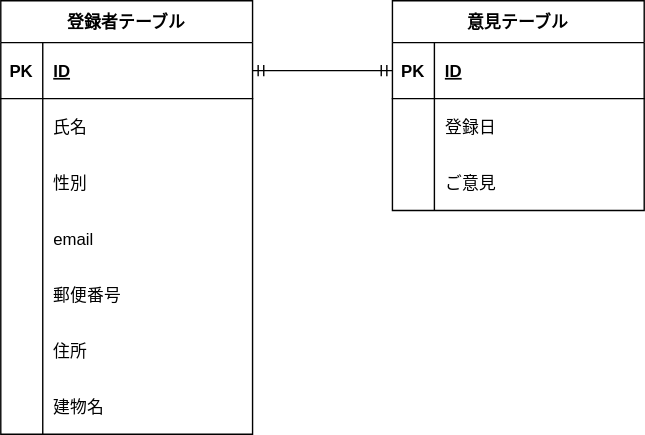
Earlier version of the draw.io export ER.drawio.svg (hirokam/advance_test_20231124). Source tidied: cells renumbered, new cells last; positions are measured from the earlier drawing's top-left corner, leaving out a move shared by most shapes. Its diagram source:
```xml
<mxGraphModel>
  <root>
    <mxCell id="0" />
    <mxCell id="1" parent="0" />
    <mxCell id="2" value="登録者テーブル" style="shape=table;startSize=30;rowLines=0;fontStyle=1;align=center;" parent="1" vertex="1">
      <mxGeometry width="180" height="310" as="geometry" />
    </mxCell>
    <mxCell id="3" style="shape=tableRow;horizontal=0;startSize=0;swimlaneHead=0;swimlaneBody=0;fillColor=none;points=[[0,0.5],[1,0.5]];portConstraint=eastwest;top=0;left=0;right=0;bottom=1;" parent="2" vertex="1">
      <mxGeometry y="30" width="180" height="40" as="geometry" />
    </mxCell>
    <mxCell id="4" value="PK" style="shape=partialRectangle;fillColor=none;top=0;left=0;bottom=0;right=0;fontStyle=1;overflow=hidden;" parent="3" vertex="1">
      <mxGeometry width="30" height="40" as="geometry" />
    </mxCell>
    <mxCell id="5" value="ID" style="shape=partialRectangle;fillColor=none;top=0;left=0;bottom=0;right=0;align=left;spacingLeft=6;fontStyle=5;overflow=hidden;" parent="3" vertex="1">
      <mxGeometry x="30" width="150" height="40" as="geometry" />
    </mxCell>
    <mxCell id="6" style="shape=tableRow;horizontal=0;startSize=0;swimlaneHead=0;swimlaneBody=0;fillColor=none;top=0;left=0;right=0;bottom=0;" parent="2" vertex="1">
      <mxGeometry y="70" width="180" height="40" as="geometry" />
    </mxCell>
    <mxCell id="7" style="shape=partialRectangle;fillColor=none;top=0;left=0;bottom=0;right=0;overflow=hidden;" parent="6" vertex="1">
      <mxGeometry width="30" height="40" as="geometry" />
    </mxCell>
    <mxCell id="8" value="氏名" style="shape=partialRectangle;fillColor=none;top=0;left=0;bottom=0;right=0;align=left;spacingLeft=6;overflow=hidden;" parent="6" vertex="1">
      <mxGeometry x="30" width="150" height="40" as="geometry" />
    </mxCell>
    <mxCell id="9" style="shape=tableRow;horizontal=0;startSize=0;swimlaneHead=0;swimlaneBody=0;fillColor=none;top=0;left=0;right=0;bottom=0;" parent="2" vertex="1">
      <mxGeometry y="110" width="180" height="40" as="geometry" />
    </mxCell>
    <mxCell id="10" style="shape=partialRectangle;fillColor=none;top=0;left=0;bottom=0;right=0;overflow=hidden;" parent="9" vertex="1">
      <mxGeometry width="30" height="40" as="geometry" />
    </mxCell>
    <mxCell id="11" value="性別" style="shape=partialRectangle;fillColor=none;top=0;left=0;bottom=0;right=0;align=left;spacingLeft=6;overflow=hidden;" parent="9" vertex="1">
      <mxGeometry x="30" width="150" height="40" as="geometry" />
    </mxCell>
    <mxCell id="12" style="shape=tableRow;horizontal=0;startSize=0;swimlaneHead=0;swimlaneBody=0;fillColor=none;top=0;left=0;right=0;bottom=0;" parent="2" vertex="1">
      <mxGeometry y="150" width="180" height="40" as="geometry" />
    </mxCell>
    <mxCell id="13" style="shape=partialRectangle;fillColor=none;top=0;left=0;bottom=0;right=0;overflow=hidden;" parent="12" vertex="1">
      <mxGeometry width="30" height="40" as="geometry" />
    </mxCell>
    <mxCell id="14" value="email" style="shape=partialRectangle;fillColor=none;top=0;left=0;bottom=0;right=0;align=left;spacingLeft=6;overflow=hidden;" parent="12" vertex="1">
      <mxGeometry x="30" width="150" height="40" as="geometry" />
    </mxCell>
    <mxCell id="15" style="shape=tableRow;horizontal=0;startSize=0;swimlaneHead=0;swimlaneBody=0;fillColor=none;top=0;left=0;right=0;bottom=0;" parent="2" vertex="1">
      <mxGeometry y="190" width="180" height="40" as="geometry" />
    </mxCell>
    <mxCell id="16" style="shape=partialRectangle;fillColor=none;top=0;left=0;bottom=0;right=0;overflow=hidden;" parent="15" vertex="1">
      <mxGeometry width="30" height="40" as="geometry" />
    </mxCell>
    <mxCell id="17" value="郵便番号" style="shape=partialRectangle;fillColor=none;top=0;left=0;bottom=0;right=0;align=left;spacingLeft=6;overflow=hidden;" parent="15" vertex="1">
      <mxGeometry x="30" width="150" height="40" as="geometry" />
    </mxCell>
    <mxCell id="18" style="shape=tableRow;horizontal=0;startSize=0;swimlaneHead=0;swimlaneBody=0;fillColor=none;top=0;left=0;right=0;bottom=0;" parent="2" vertex="1">
      <mxGeometry y="230" width="180" height="40" as="geometry" />
    </mxCell>
    <mxCell id="19" style="shape=partialRectangle;fillColor=none;top=0;left=0;bottom=0;right=0;overflow=hidden;" parent="18" vertex="1">
      <mxGeometry width="30" height="40" as="geometry" />
    </mxCell>
    <mxCell id="20" value="住所" style="shape=partialRectangle;fillColor=none;top=0;left=0;bottom=0;right=0;align=left;spacingLeft=6;overflow=hidden;" parent="18" vertex="1">
      <mxGeometry x="30" width="150" height="40" as="geometry" />
    </mxCell>
    <mxCell id="21" style="shape=tableRow;horizontal=0;startSize=0;swimlaneHead=0;swimlaneBody=0;fillColor=none;top=0;left=0;right=0;bottom=0;" parent="2" vertex="1">
      <mxGeometry y="270" width="180" height="40" as="geometry" />
    </mxCell>
    <mxCell id="22" style="shape=partialRectangle;fillColor=none;top=0;left=0;bottom=0;right=0;overflow=hidden;" parent="21" vertex="1">
      <mxGeometry width="30" height="40" as="geometry" />
    </mxCell>
    <mxCell id="23" value="建物名" style="shape=partialRectangle;fillColor=none;top=0;left=0;bottom=0;right=0;align=left;spacingLeft=6;overflow=hidden;" parent="21" vertex="1">
      <mxGeometry x="30" width="150" height="40" as="geometry" />
    </mxCell>
    <mxCell id="24" value="意見テーブル" style="shape=table;startSize=30;rowLines=0;fontStyle=1;align=center;" parent="1" vertex="1">
      <mxGeometry x="280" width="180" height="150" as="geometry" />
    </mxCell>
    <mxCell id="25" style="shape=tableRow;horizontal=0;startSize=0;swimlaneHead=0;swimlaneBody=0;fillColor=none;points=[[0,0.5],[1,0.5]];portConstraint=eastwest;top=0;left=0;right=0;bottom=1;" parent="24" vertex="1">
      <mxGeometry y="30" width="180" height="40" as="geometry" />
    </mxCell>
    <mxCell id="26" value="PK" style="shape=partialRectangle;fillColor=none;top=0;left=0;bottom=0;right=0;fontStyle=1;overflow=hidden;" parent="25" vertex="1">
      <mxGeometry width="30" height="40" as="geometry" />
    </mxCell>
    <mxCell id="27" value="ID" style="shape=partialRectangle;fillColor=none;top=0;left=0;bottom=0;right=0;align=left;spacingLeft=6;fontStyle=5;overflow=hidden;" parent="25" vertex="1">
      <mxGeometry x="30" width="150" height="40" as="geometry" />
    </mxCell>
    <mxCell id="28" style="shape=tableRow;horizontal=0;startSize=0;swimlaneHead=0;swimlaneBody=0;fillColor=none;top=0;left=0;right=0;bottom=0;" parent="24" vertex="1">
      <mxGeometry y="70" width="180" height="40" as="geometry" />
    </mxCell>
    <mxCell id="29" style="shape=partialRectangle;fillColor=none;top=0;left=0;bottom=0;right=0;overflow=hidden;" parent="28" vertex="1">
      <mxGeometry width="30" height="40" as="geometry" />
    </mxCell>
    <mxCell id="30" value="登録日" style="shape=partialRectangle;fillColor=none;top=0;left=0;bottom=0;right=0;align=left;spacingLeft=6;overflow=hidden;" parent="28" vertex="1">
      <mxGeometry x="30" width="150" height="40" as="geometry" />
    </mxCell>
    <mxCell id="31" style="shape=tableRow;horizontal=0;startSize=0;swimlaneHead=0;swimlaneBody=0;fillColor=none;top=0;left=0;right=0;bottom=0;" parent="24" vertex="1">
      <mxGeometry y="110" width="180" height="40" as="geometry" />
    </mxCell>
    <mxCell id="32" style="shape=partialRectangle;fillColor=none;top=0;left=0;bottom=0;right=0;overflow=hidden;" parent="31" vertex="1">
      <mxGeometry width="30" height="40" as="geometry" />
    </mxCell>
    <mxCell id="33" value="ご意見" style="shape=partialRectangle;fillColor=none;top=0;left=0;bottom=0;right=0;align=left;spacingLeft=6;overflow=hidden;" parent="31" vertex="1">
      <mxGeometry x="30" width="150" height="40" as="geometry" />
    </mxCell>
    <mxCell id="34" style="fontSize=12;html=1;endArrow=ERmandOne;startArrow=ERmandOne;exitX=1;exitY=0.5;exitDx=0;exitDy=0;rounded=1;entryX=0;entryY=0.5;entryDx=0;entryDy=0;" parent="1" edge="1" source="3" target="25">
      <mxGeometry relative="1" as="geometry" />
    </mxCell>
  </root>
</mxGraphModel>
```
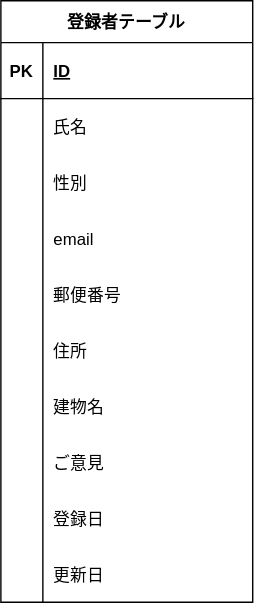
The same file after the commit.

The edit, as a diff of the source:
```diff
@@ -3,7 +3,7 @@
     <mxCell id="0" />
     <mxCell id="1" parent="0" />
     <mxCell id="2" value="登録者テーブル" style="shape=table;startSize=30;rowLines=0;fontStyle=1;align=center;" parent="1" vertex="1">
-      <mxGeometry width="180" height="310" as="geometry" />
+      <mxGeometry width="180" height="430" as="geometry" />
     </mxCell>
     <mxCell id="3" style="shape=tableRow;horizontal=0;startSize=0;swimlaneHead=0;swimlaneBody=0;fillColor=none;points=[[0,0.5],[1,0.5]];portConstraint=eastwest;top=0;left=0;right=0;bottom=1;" parent="2" vertex="1">
       <mxGeometry y="30" width="180" height="40" as="geometry" />
@@ -68,38 +68,32 @@
     <mxCell id="23" value="建物名" style="shape=partialRectangle;fillColor=none;top=0;left=0;bottom=0;right=0;align=left;spacingLeft=6;overflow=hidden;" parent="21" vertex="1">
       <mxGeometry x="30" width="150" height="40" as="geometry" />
     </mxCell>
-    <mxCell id="24" value="意見テーブル" style="shape=table;startSize=30;rowLines=0;fontStyle=1;align=center;" parent="1" vertex="1">
-      <mxGeometry x="280" width="180" height="150" as="geometry" />
-    </mxCell>
-    <mxCell id="25" style="shape=tableRow;horizontal=0;startSize=0;swimlaneHead=0;swimlaneBody=0;fillColor=none;points=[[0,0.5],[1,0.5]];portConstraint=eastwest;top=0;left=0;right=0;bottom=1;" parent="24" vertex="1">
-      <mxGeometry y="30" width="180" height="40" as="geometry" />
-    </mxCell>
-    <mxCell id="26" value="PK" style="shape=partialRectangle;fillColor=none;top=0;left=0;bottom=0;right=0;fontStyle=1;overflow=hidden;" parent="25" vertex="1">
-      <mxGeometry width="30" height="40" as="geometry" />
-    </mxCell>
-    <mxCell id="27" value="ID" style="shape=partialRectangle;fillColor=none;top=0;left=0;bottom=0;right=0;align=left;spacingLeft=6;fontStyle=5;overflow=hidden;" parent="25" vertex="1">
-      <mxGeometry x="30" width="150" height="40" as="geometry" />
-    </mxCell>
-    <mxCell id="28" style="shape=tableRow;horizontal=0;startSize=0;swimlaneHead=0;swimlaneBody=0;fillColor=none;top=0;left=0;right=0;bottom=0;" parent="24" vertex="1">
-      <mxGeometry y="70" width="180" height="40" as="geometry" />
+    <mxCell id="28" style="shape=tableRow;horizontal=0;startSize=0;swimlaneHead=0;swimlaneBody=0;fillColor=none;top=0;left=0;right=0;bottom=0;" parent="2" vertex="1">
+      <mxGeometry y="310" width="180" height="40" as="geometry" />
     </mxCell>
     <mxCell id="29" style="shape=partialRectangle;fillColor=none;top=0;left=0;bottom=0;right=0;overflow=hidden;" parent="28" vertex="1">
       <mxGeometry width="30" height="40" as="geometry" />
     </mxCell>
-    <mxCell id="30" value="登録日" style="shape=partialRectangle;fillColor=none;top=0;left=0;bottom=0;right=0;align=left;spacingLeft=6;overflow=hidden;" parent="28" vertex="1">
+    <mxCell id="30" value="ご意見" style="shape=partialRectangle;fillColor=none;top=0;left=0;bottom=0;right=0;align=left;spacingLeft=6;overflow=hidden;" parent="28" vertex="1">
       <mxGeometry x="30" width="150" height="40" as="geometry" />
     </mxCell>
-    <mxCell id="31" style="shape=tableRow;horizontal=0;startSize=0;swimlaneHead=0;swimlaneBody=0;fillColor=none;top=0;left=0;right=0;bottom=0;" parent="24" vertex="1">
-      <mxGeometry y="110" width="180" height="40" as="geometry" />
+    <mxCell id="31" style="shape=tableRow;horizontal=0;startSize=0;swimlaneHead=0;swimlaneBody=0;fillColor=none;top=0;left=0;right=0;bottom=0;" parent="2" vertex="1">
+      <mxGeometry y="350" width="180" height="40" as="geometry" />
     </mxCell>
     <mxCell id="32" style="shape=partialRectangle;fillColor=none;top=0;left=0;bottom=0;right=0;overflow=hidden;" parent="31" vertex="1">
       <mxGeometry width="30" height="40" as="geometry" />
     </mxCell>
-    <mxCell id="33" value="ご意見" style="shape=partialRectangle;fillColor=none;top=0;left=0;bottom=0;right=0;align=left;spacingLeft=6;overflow=hidden;" parent="31" vertex="1">
+    <mxCell id="33" value="登録日" style="shape=partialRectangle;fillColor=none;top=0;left=0;bottom=0;right=0;align=left;spacingLeft=6;overflow=hidden;" parent="31" vertex="1">
       <mxGeometry x="30" width="150" height="40" as="geometry" />
     </mxCell>
-    <mxCell id="34" style="fontSize=12;html=1;endArrow=ERmandOne;startArrow=ERmandOne;exitX=1;exitY=0.5;exitDx=0;exitDy=0;rounded=1;entryX=0;entryY=0.5;entryDx=0;entryDy=0;" parent="1" edge="1" source="3" target="25">
-      <mxGeometry relative="1" as="geometry" />
-    </mxCell>
+    <mxCell id="35" style="shape=tableRow;horizontal=0;startSize=0;swimlaneHead=0;swimlaneBody=0;fillColor=none;top=0;left=0;right=0;bottom=0;" parent="2" vertex="1">
+      <mxGeometry y="390" width="180" height="40" as="geometry" />
+    </mxCell>
+    <mxCell id="36" style="shape=partialRectangle;fillColor=none;top=0;left=0;bottom=0;right=0;overflow=hidden;" parent="35" vertex="1">
+      <mxGeometry width="30" height="40" as="geometry" />
+    </mxCell>
+    <mxCell id="37" value="更新日" style="shape=partialRectangle;fillColor=none;top=0;left=0;bottom=0;right=0;align=left;spacingLeft=6;overflow=hidden;" parent="35" vertex="1">
+      <mxGeometry x="30" width="150" height="40" as="geometry" />
+    </mxCell>
   </root>
 </mxGraphModel>
```
